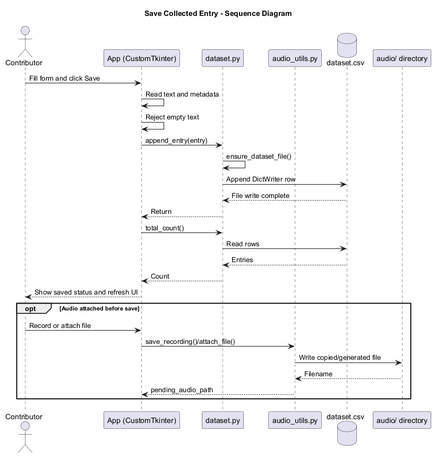
The PlantUML diagram docs/diagrams/sequence-collect.png in Suraku237/francanglaiscompiler, before a commit.
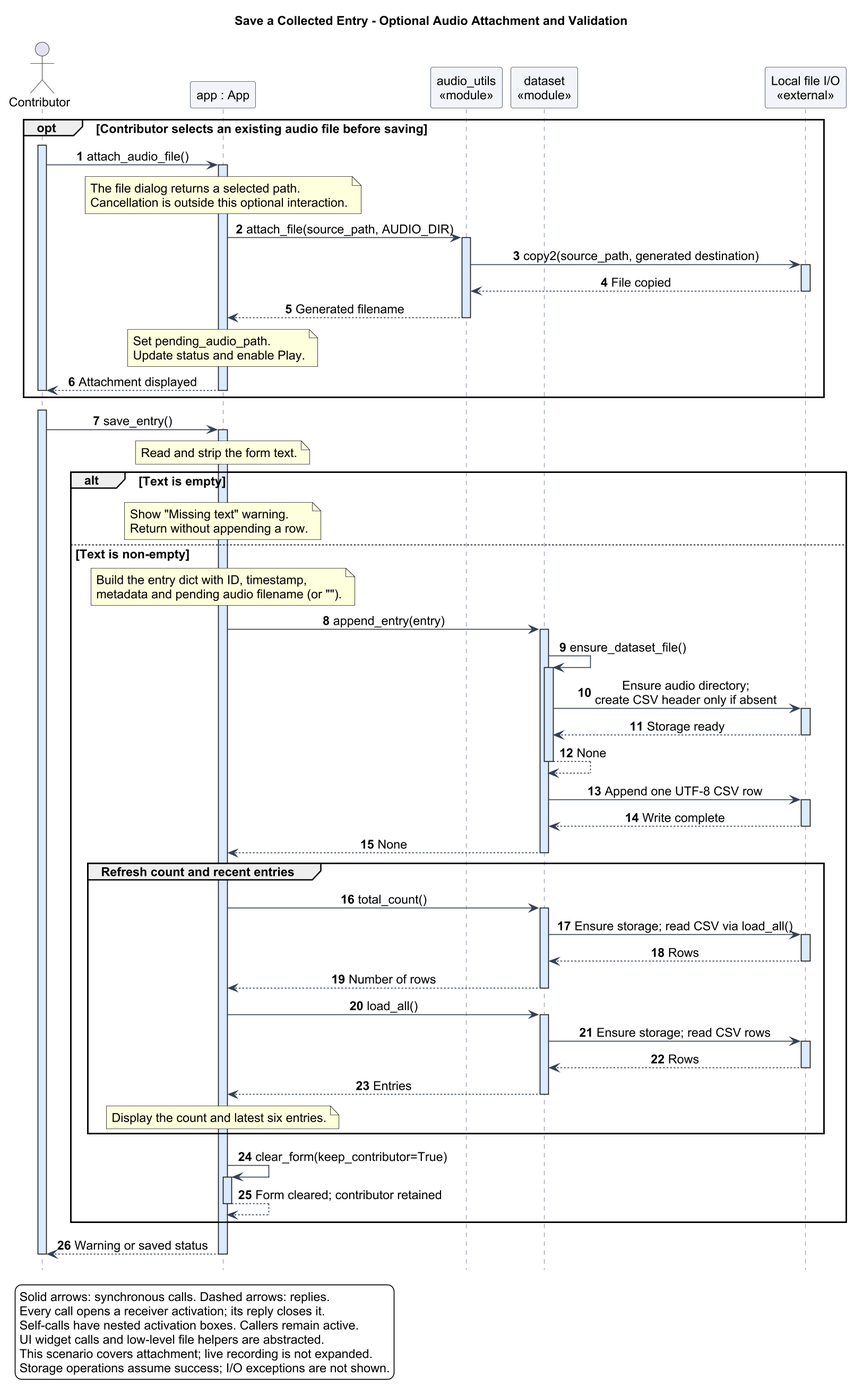
The same diagram one commit later.

Commit message:
arranging the document diagrams

Change to the diagram source:
```diff
@@ -1,31 +1,118 @@
 @startuml
-title Save Collected Entry - Sequence Diagram
+title Save a Collected Entry - Optional Audio Attachment and Validation
+hide footbox
+autonumber
+skinparam backgroundColor white
+skinparam shadowing false
+skinparam defaultFontName Arial
+skinparam defaultFontSize 14
+skinparam sequenceMessageAlign center
+skinparam sequenceParticipantBackgroundColor #F1F5F9
+skinparam sequenceParticipantBorderColor #334155
+skinparam sequenceLifeLineBorderColor #64748B
+skinparam sequenceLifeLineBackgroundColor #DBEAFE
+skinparam sequenceArrowColor #334155
+skinparam dpi 160
+
 actor Contributor
-participant "App (CustomTkinter)" as App
-participant "dataset.py" as Dataset
-participant "audio_utils.py" as Audio
-database "dataset.csv" as CSV
-participant "audio/ directory" as AudioDir
+participant "app : App" as App
+participant "audio_utils\n<<module>>" as Audio
+participant "dataset\n<<module>>" as Dataset
+participant "Local file I/O\n<<external>>" as Files
 
-Contributor -> App : Fill form and click Save
-App -> App : Read text and metadata
-App -> App : Reject empty text
-App -> Dataset : append_entry(entry)
-Dataset -> Dataset : ensure_dataset_file()
-Dataset -> CSV : Append DictWriter row
-CSV --> Dataset : File write complete
-Dataset --> App : Return
-App -> Dataset : total_count()
-Dataset -> CSV : Read rows
-CSV --> Dataset : Entries
-Dataset --> App : Count
-App --> Contributor : Show saved status and refresh UI
+opt Contributor selects an existing audio file before saving
+  activate Contributor
+  Contributor -> App : attach_audio_file()
+  activate App
+  note over App
+    The file dialog returns a selected path.
+    Cancellation is outside this optional interaction.
+  end note
+  App -> Audio : attach_file(source_path, AUDIO_DIR)
+  activate Audio
+  Audio -> Files : copy2(source_path, generated destination)
+  activate Files
+  Files --> Audio : File copied
+  deactivate Files
+  Audio --> App : Generated filename
+  deactivate Audio
+  note over App
+    Set pending_audio_path.
+    Update status and enable Play.
+  end note
+  App --> Contributor : Attachment displayed
+  deactivate App
+  deactivate Contributor
+end
 
-opt Audio attached before save
-  Contributor -> App : Record or attach file
-  App -> Audio : save_recording()/attach_file()
-  Audio -> AudioDir : Write copied/generated file
-  AudioDir --> Audio : Filename
-  Audio --> App : pending_audio_path
+activate Contributor
+Contributor -> App : save_entry()
+activate App
+note over App : Read and strip the form text.
+
+alt Text is empty
+  note over App
+    Show "Missing text" warning.
+    Return without appending a row.
+  end note
+else Text is non-empty
+  note over App
+    Build the entry dict with ID, timestamp,
+    metadata and pending audio filename (or "").
+  end note
+  App -> Dataset : append_entry(entry)
+  activate Dataset
+  Dataset -> Dataset : ensure_dataset_file()
+  activate Dataset
+  Dataset -> Files : Ensure audio directory;\ncreate CSV header only if absent
+  activate Files
+  Files --> Dataset : Storage ready
+  deactivate Files
+  Dataset --> Dataset : None
+  deactivate Dataset
+  Dataset -> Files : Append one UTF-8 CSV row
+  activate Files
+  Files --> Dataset : Write complete
+  deactivate Files
+  Dataset --> App : None
+  deactivate Dataset
+
+  group Refresh count and recent entries
+    App -> Dataset : total_count()
+    activate Dataset
+    Dataset -> Files : Ensure storage; read CSV via load_all()
+    activate Files
+    Files --> Dataset : Rows
+    deactivate Files
+    Dataset --> App : Number of rows
+    deactivate Dataset
+    App -> Dataset : load_all()
+    activate Dataset
+    Dataset -> Files : Ensure storage; read CSV rows
+    activate Files
+    Files --> Dataset : Rows
+    deactivate Files
+    Dataset --> App : Entries
+    deactivate Dataset
+    note over App : Display the count and latest six entries.
+  end
+
+  App -> App : clear_form(keep_contributor=True)
+  activate App
+  App --> App : Form cleared; contributor retained
+  deactivate App
 end
+
+App --> Contributor : Warning or saved status
+deactivate App
+deactivate Contributor
+
+legend bottom left
+  Solid arrows: synchronous calls. Dashed arrows: replies.
+  Every call opens a receiver activation; its reply closes it.
+  Self-calls have nested activation boxes. Callers remain active.
+  UI widget calls and low-level file helpers are abstracted.
+  This scenario covers attachment; live recording is not expanded.
+  Storage operations assume success; I/O exceptions are not shown.
+endlegend
 @enduml
```
